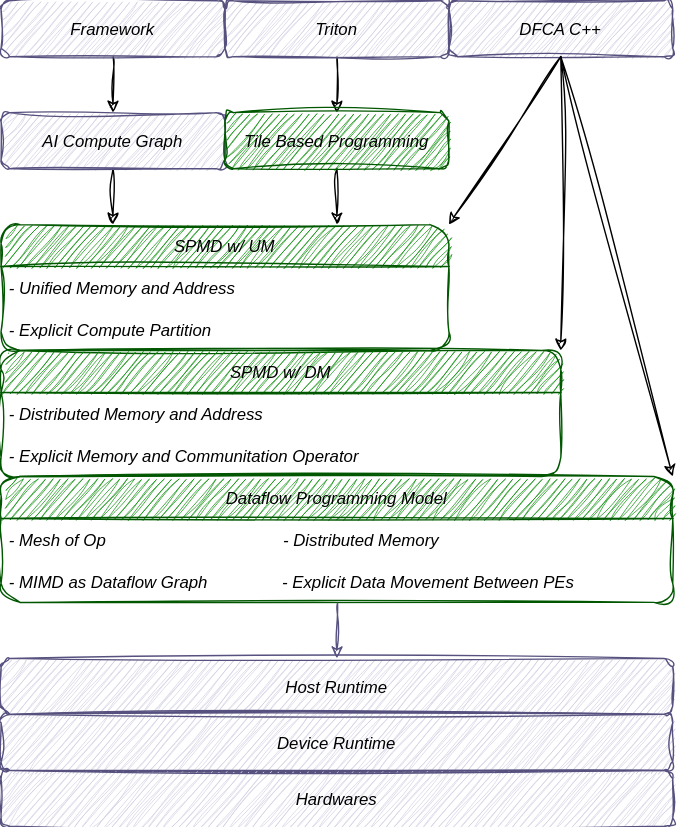
Earlier version of the draw.io export doc/com_dfca.drawio.svg (matchdiy/memo). Source tidied: cells renumbered, new cells last; positions are measured from the earlier drawing's top-left corner, leaving out a move shared by most shapes. Its diagram source:
```xml
<mxGraphModel>
  <root>
    <mxCell id="0" />
    <mxCell id="1" parent="0" />
    <mxCell id="2" style="edgeStyle=none;sketch=1;curveFitting=1;jiggle=2;fontStyle=2;labelBackgroundColor=none;fontColor=default;" parent="1" edge="1" source="3" target="8">
      <mxGeometry relative="1" as="geometry" />
    </mxCell>
    <mxCell id="3" value="Framework" style="rounded=1;sketch=1;curveFitting=1;jiggle=2;fillColor=#d0cee2;strokeColor=#56517e;fontStyle=2;labelBackgroundColor=none;fontColor=default;" parent="1" vertex="1">
      <mxGeometry width="160" height="40" as="geometry" />
    </mxCell>
    <mxCell id="4" style="edgeStyle=none;sketch=1;curveFitting=1;jiggle=2;fontStyle=2;labelBackgroundColor=none;fontColor=default;" parent="1" edge="1" source="5" target="10">
      <mxGeometry relative="1" as="geometry" />
    </mxCell>
    <mxCell id="5" value="Triton" style="rounded=1;sketch=1;curveFitting=1;jiggle=2;fillColor=#d0cee2;strokeColor=#56517e;fontStyle=2;labelBackgroundColor=none;fontColor=default;" parent="1" vertex="1">
      <mxGeometry x="160" width="160" height="40" as="geometry" />
    </mxCell>
    <mxCell id="6" value="DFCA C++" style="rounded=1;sketch=1;curveFitting=1;jiggle=2;fillColor=#d0cee2;strokeColor=#56517e;fontStyle=2;labelBackgroundColor=none;fontColor=default;" parent="1" vertex="1">
      <mxGeometry x="320" width="160" height="40" as="geometry" />
    </mxCell>
    <mxCell id="7" style="edgeStyle=none;entryX=0.25;entryY=0;entryDx=0;entryDy=0;sketch=1;curveFitting=1;jiggle=2;fontStyle=2;labelBackgroundColor=none;fontColor=default;" parent="1" edge="1" source="8" target="11">
      <mxGeometry relative="1" as="geometry" />
    </mxCell>
    <mxCell id="8" value="AI Compute Graph" style="rounded=1;sketch=1;curveFitting=1;jiggle=2;fillColor=#d0cee2;strokeColor=#56517e;fontStyle=2;labelBackgroundColor=none;fontColor=default;" parent="1" vertex="1">
      <mxGeometry y="80" width="160" height="40" as="geometry" />
    </mxCell>
    <mxCell id="9" style="edgeStyle=none;entryX=0.75;entryY=0;entryDx=0;entryDy=0;sketch=1;curveFitting=1;jiggle=2;fontStyle=2;labelBackgroundColor=none;fontColor=default;" parent="1" edge="1" source="10" target="11">
      <mxGeometry relative="1" as="geometry" />
    </mxCell>
    <mxCell id="10" value="Tile Based Programming" style="rounded=1;sketch=1;curveFitting=1;jiggle=2;fillColor=#008a00;strokeColor=#005700;fontStyle=2;fontColor=default;labelBackgroundColor=none;" parent="1" vertex="1">
      <mxGeometry x="160" y="80" width="160" height="40" as="geometry" />
    </mxCell>
    <mxCell id="11" value="SPMD w/ UM" style="swimlane;fontStyle=2;horizontal=1;startSize=30;rounded=1;sketch=1;curveFitting=1;jiggle=2;fillColor=#008a00;strokeColor=#005700;fontColor=default;labelBackgroundColor=none;" parent="1" vertex="1">
      <mxGeometry y="160" width="320" height="90" as="geometry" />
    </mxCell>
    <mxCell id="12" value="- Unified Memory and Address" style="text;align=left;verticalAlign=middle;spacingLeft=4;spacingRight=4;overflow=hidden;fontStyle=2;labelBackgroundColor=none;fontColor=default;" parent="11" vertex="1">
      <mxGeometry y="30" width="320" height="30" as="geometry" />
    </mxCell>
    <mxCell id="13" value="- Explicit Compute Partition" style="text;align=left;verticalAlign=middle;spacingLeft=4;spacingRight=4;overflow=hidden;fontStyle=2;labelBackgroundColor=none;fontColor=default;" parent="11" vertex="1">
      <mxGeometry y="60" width="320" height="30" as="geometry" />
    </mxCell>
    <mxCell id="14" value="SPMD w/ DM" style="swimlane;fontStyle=2;horizontal=1;startSize=30;glass=0;rounded=1;sketch=1;curveFitting=1;jiggle=2;shadow=0;fillColor=#008a00;strokeColor=#005700;fontColor=default;labelBackgroundColor=none;" parent="1" vertex="1">
      <mxGeometry y="250" width="400" height="90" as="geometry" />
    </mxCell>
    <mxCell id="15" value="- Distributed Memory and Address" style="text;align=left;verticalAlign=middle;spacingLeft=4;spacingRight=4;overflow=hidden;fontStyle=2;labelBackgroundColor=none;fontColor=default;" parent="14" vertex="1">
      <mxGeometry y="30" width="400" height="30" as="geometry" />
    </mxCell>
    <mxCell id="16" value="- Explicit Memory and Communitation Operator" style="text;align=left;verticalAlign=middle;spacingLeft=4;spacingRight=4;overflow=hidden;fontStyle=2;labelBackgroundColor=none;fontColor=default;" parent="14" vertex="1">
      <mxGeometry y="60" width="400" height="30" as="geometry" />
    </mxCell>
    <mxCell id="17" value="Dataflow Programming Model" style="swimlane;fontStyle=2;horizontal=1;startSize=30;glass=0;rounded=1;sketch=1;curveFitting=1;jiggle=2;shadow=0;fillColor=#008a00;fontColor=default;strokeColor=#005700;labelBackgroundColor=none;" parent="1" vertex="1">
      <mxGeometry y="340" width="480" height="90" as="geometry" />
    </mxCell>
    <mxCell id="18" value="- Mesh of Op                                      - Distributed Memory " style="text;align=left;verticalAlign=middle;spacingLeft=4;spacingRight=4;overflow=hidden;fontStyle=2;labelBackgroundColor=none;fontColor=default;" parent="17" vertex="1">
      <mxGeometry y="30" width="480" height="30" as="geometry" />
    </mxCell>
    <mxCell id="19" value="- MIMD as Dataflow Graph                - Explicit Data Movement Between PEs" style="text;align=left;verticalAlign=middle;spacingLeft=4;spacingRight=4;overflow=hidden;points=[[0,0.5],[1,0.5]];portConstraint=eastwest;fontStyle=2;labelBackgroundColor=none;fontColor=default;" parent="17" vertex="1">
      <mxGeometry y="60" width="480" height="30" as="geometry" />
    </mxCell>
    <mxCell id="20" style="edgeStyle=none;sketch=1;curveFitting=1;jiggle=2;exitX=0.5;exitY=1;exitDx=0;exitDy=0;entryX=1;entryY=0;entryDx=0;entryDy=0;fontStyle=2;labelBackgroundColor=none;fontColor=default;" parent="1" edge="1" source="6" target="11">
      <mxGeometry relative="1" as="geometry" />
    </mxCell>
    <mxCell id="21" style="edgeStyle=none;sketch=1;curveFitting=1;jiggle=2;exitX=0.5;exitY=1;exitDx=0;exitDy=0;entryX=1;entryY=0;entryDx=0;entryDy=0;fontStyle=2;labelBackgroundColor=none;fontColor=default;" parent="1" edge="1" source="6" target="14">
      <mxGeometry relative="1" as="geometry" />
    </mxCell>
    <mxCell id="22" style="edgeStyle=none;sketch=1;curveFitting=1;jiggle=2;exitX=0.5;exitY=1;exitDx=0;exitDy=0;entryX=1;entryY=0;entryDx=0;entryDy=0;fontStyle=2;labelBackgroundColor=none;fontColor=default;" parent="1" edge="1" source="6" target="17">
      <mxGeometry relative="1" as="geometry" />
    </mxCell>
    <mxCell id="23" value="Host Runtime" style="rounded=1;sketch=1;curveFitting=1;jiggle=2;fillColor=#d0cee2;strokeColor=#56517e;fontStyle=2;labelBackgroundColor=none;fontColor=default;" parent="1" vertex="1">
      <mxGeometry y="470" width="480" height="40" as="geometry" />
    </mxCell>
    <mxCell id="24" value="Device Runtime" style="rounded=1;sketch=1;curveFitting=1;jiggle=2;fillColor=#d0cee2;strokeColor=#56517e;fontStyle=2;labelBackgroundColor=none;fontColor=default;" parent="1" vertex="1">
      <mxGeometry y="510" width="480" height="40" as="geometry" />
    </mxCell>
    <mxCell id="25" value="Hardwares" style="rounded=1;sketch=1;curveFitting=1;jiggle=2;fillColor=#d0cee2;strokeColor=#56517e;fontStyle=2;labelBackgroundColor=none;fontColor=default;" parent="1" vertex="1">
      <mxGeometry y="550" width="480" height="40" as="geometry" />
    </mxCell>
    <mxCell id="26" style="edgeStyle=none;entryX=0.5;entryY=0;entryDx=0;entryDy=0;sketch=1;curveFitting=1;jiggle=2;fontStyle=2;exitX=0.501;exitY=1.017;exitDx=0;exitDy=0;exitPerimeter=0;fillColor=#d0cee2;strokeColor=#56517e;labelBackgroundColor=none;fontColor=default;" parent="1" edge="1" source="19" target="23">
      <mxGeometry relative="1" as="geometry" />
    </mxCell>
  </root>
</mxGraphModel>
```
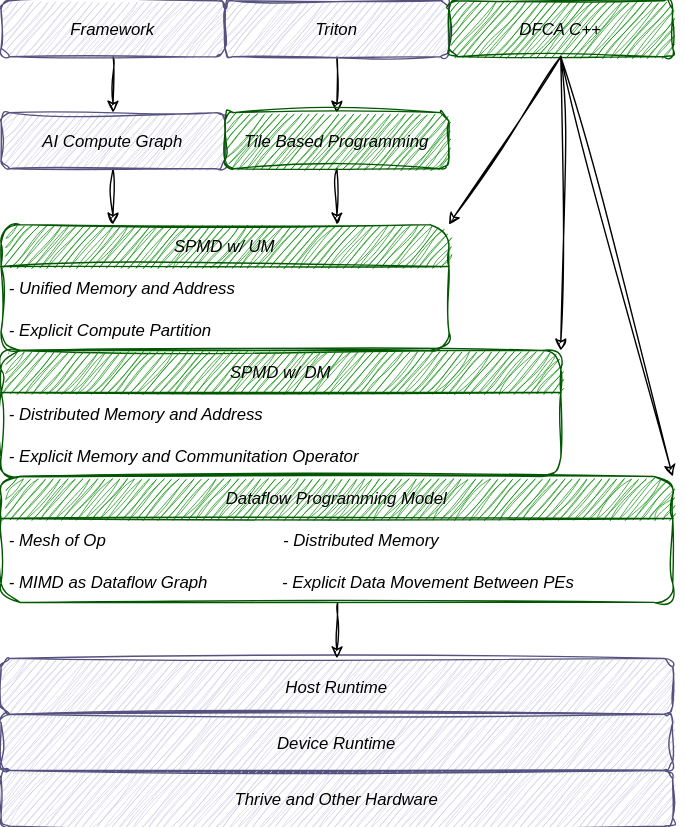
After the change.

Change to the diagram source:
```diff
@@ -14,7 +14,7 @@
     <mxCell id="5" value="Triton" style="rounded=1;sketch=1;curveFitting=1;jiggle=2;fillColor=#d0cee2;strokeColor=#56517e;fontStyle=2;labelBackgroundColor=none;fontColor=default;" parent="1" vertex="1">
       <mxGeometry x="160" width="160" height="40" as="geometry" />
     </mxCell>
-    <mxCell id="6" value="DFCA C++" style="rounded=1;sketch=1;curveFitting=1;jiggle=2;fillColor=#d0cee2;strokeColor=#56517e;fontStyle=2;labelBackgroundColor=none;fontColor=default;" parent="1" vertex="1">
+    <mxCell id="6" value="DFCA C++" style="rounded=1;sketch=1;curveFitting=1;jiggle=2;fillColor=#008a00;strokeColor=#005700;fontStyle=2;labelBackgroundColor=none;fontColor=default;" parent="1" vertex="1">
       <mxGeometry x="320" width="160" height="40" as="geometry" />
     </mxCell>
     <mxCell id="7" style="edgeStyle=none;entryX=0.25;entryY=0;entryDx=0;entryDy=0;sketch=1;curveFitting=1;jiggle=2;fontStyle=2;labelBackgroundColor=none;fontColor=default;" parent="1" edge="1" source="8" target="11">
@@ -71,10 +71,10 @@
     <mxCell id="24" value="Device Runtime" style="rounded=1;sketch=1;curveFitting=1;jiggle=2;fillColor=#d0cee2;strokeColor=#56517e;fontStyle=2;labelBackgroundColor=none;fontColor=default;" parent="1" vertex="1">
       <mxGeometry y="510" width="480" height="40" as="geometry" />
     </mxCell>
-    <mxCell id="25" value="Hardwares" style="rounded=1;sketch=1;curveFitting=1;jiggle=2;fillColor=#d0cee2;strokeColor=#56517e;fontStyle=2;labelBackgroundColor=none;fontColor=default;" parent="1" vertex="1">
+    <mxCell id="25" value="Thrive and Other Hardware" style="rounded=1;sketch=1;curveFitting=1;jiggle=2;fillColor=#d0cee2;strokeColor=#56517e;fontStyle=2;labelBackgroundColor=none;fontColor=default;" parent="1" vertex="1">
       <mxGeometry y="550" width="480" height="40" as="geometry" />
     </mxCell>
-    <mxCell id="26" style="edgeStyle=none;entryX=0.5;entryY=0;entryDx=0;entryDy=0;sketch=1;curveFitting=1;jiggle=2;fontStyle=2;exitX=0.501;exitY=1.017;exitDx=0;exitDy=0;exitPerimeter=0;fillColor=#d0cee2;strokeColor=#56517e;labelBackgroundColor=none;fontColor=default;" parent="1" edge="1" source="19" target="23">
+    <mxCell id="26" style="edgeStyle=none;entryX=0.5;entryY=0;entryDx=0;entryDy=0;sketch=1;curveFitting=1;jiggle=2;fontStyle=2;exitX=0.501;exitY=1.017;exitDx=0;exitDy=0;exitPerimeter=0;labelBackgroundColor=none;fontColor=default;" parent="1" edge="1" source="19" target="23">
       <mxGeometry relative="1" as="geometry" />
     </mxCell>
   </root>
```
